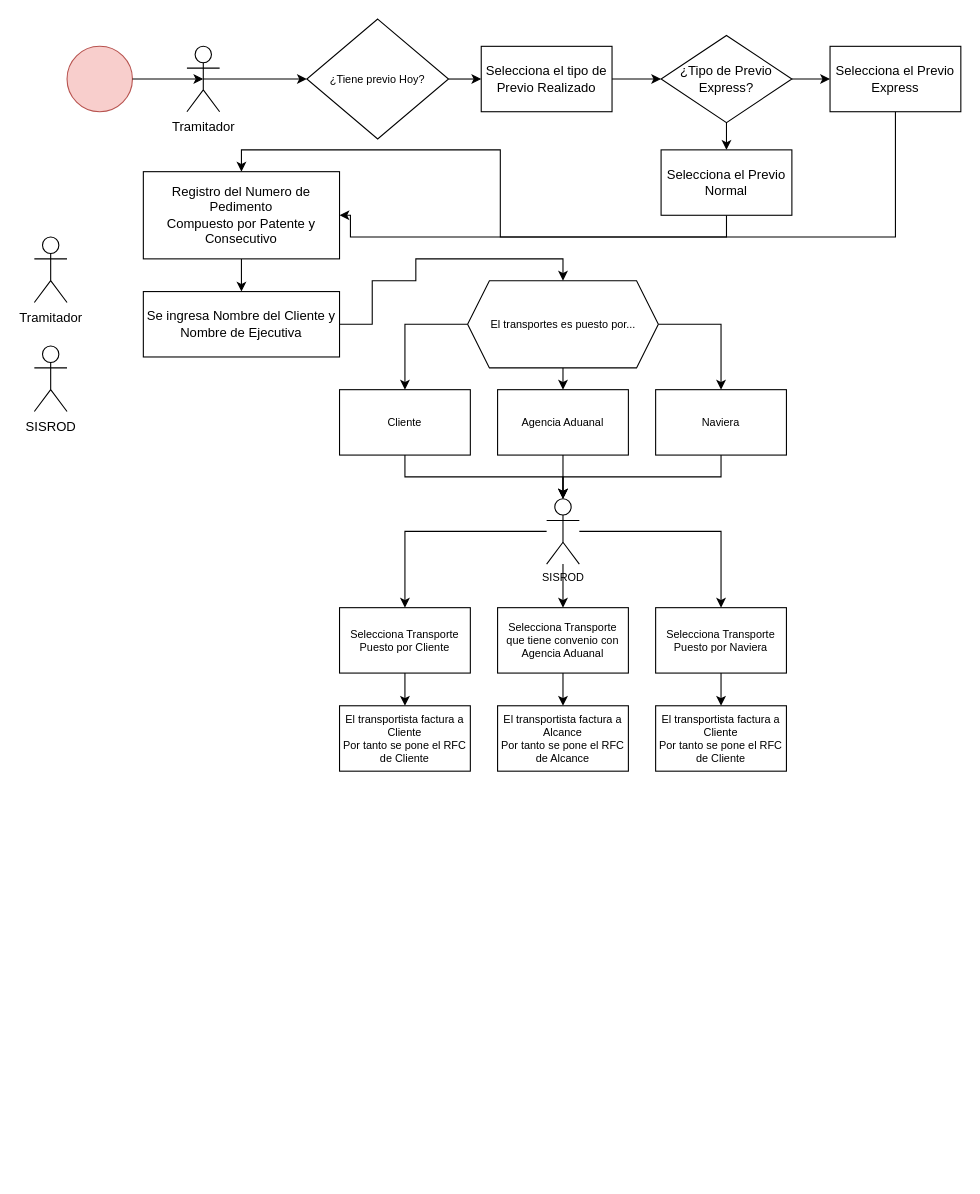
Before: Control de Transportes/Proceso Actual Control de Transportes.drawio in GeersonMena/DiagramasDraw, a draw.io diagram. Source tidied: cells renumbered, new cells numbered last; positions are measured from the earlier drawing's top-left corner, leaving out a move shared by most shapes. Both pictures are drawn from the tidied source at 109%, with x=0, y=0 at pixel (34, 19).
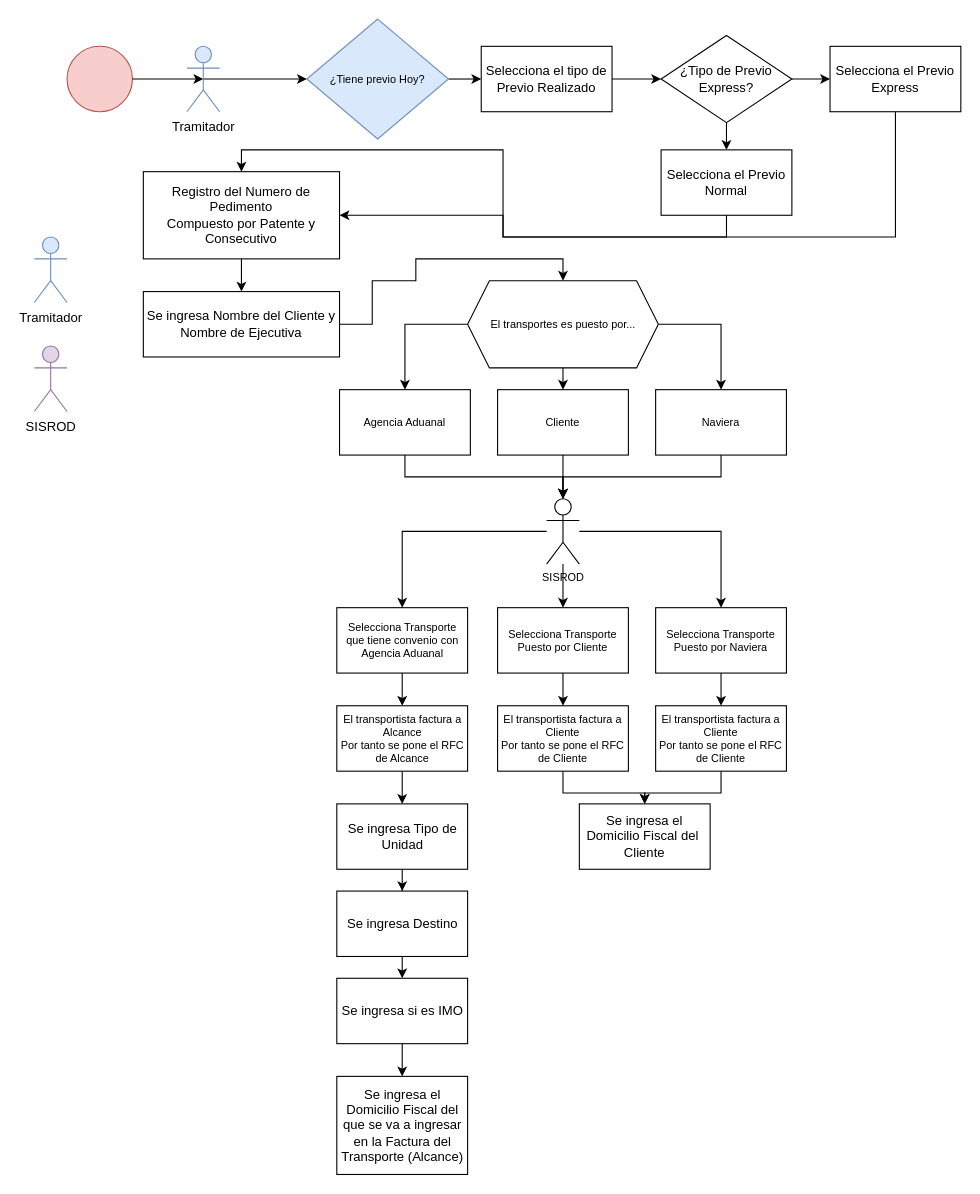
The same page after the edit.

Unchanged cells that the change refers to:
```xml
<mxCell id="23" value="Selecciona el Previo Express" style="rounded=0;whiteSpace=wrap;html=1;" parent="1" vertex="1">
  <mxGeometry x="730" y="25" width="120" height="60" as="geometry" />
</mxCell>
<mxCell id="25" value="Selecciona el Previo Normal" style="rounded=0;whiteSpace=wrap;html=1;" parent="1" vertex="1">
  <mxGeometry x="575" y="120" width="120" height="60" as="geometry" />
</mxCell>
<mxCell id="40" value="El transportista factura a Cliente&lt;br&gt;Por tanto se pone el RFC de Cliente" style="rounded=0;whiteSpace=wrap;html=1;fontSize=10;" parent="1" vertex="1">
  <mxGeometry x="570" y="630" width="120" height="60" as="geometry" />
</mxCell>
<mxCell id="43" value="Registro del Numero de Pedimento&lt;br&gt;Compuesto por Patente y Consecutivo" style="rounded=0;whiteSpace=wrap;html=1;" parent="1" vertex="1">
  <mxGeometry x="100" y="140" width="180" height="80" as="geometry" />
</mxCell>
```

What changed in the source:
```diff
@@
-    <mxCell id="4" value="Tramitador" style="shape=umlActor;verticalLabelPosition=bottom;verticalAlign=top;html=1;outlineConnect=0;" parent="1" vertex="1">
+    <mxCell id="4" value="Tramitador" style="shape=umlActor;verticalLabelPosition=bottom;verticalAlign=top;html=1;outlineConnect=0;fillColor=#dae8fc;strokeColor=#6c8ebf;" parent="1" vertex="1">
       <mxGeometry x="140" y="25" width="30" height="60" as="geometry" />
     </mxCell>
@@
-    <mxCell id="6" value="¿Tiene previo Hoy?" style="rhombus;whiteSpace=wrap;html=1;fontSize=10;" parent="1" vertex="1">
+    <mxCell id="6" value="¿Tiene previo Hoy?" style="rhombus;whiteSpace=wrap;html=1;fontSize=10;fillColor=#dae8fc;strokeColor=#6c8ebf;" parent="1" vertex="1">
       <mxGeometry x="250" width="130" height="110" as="geometry" />
     </mxCell>
@@
-    <mxCell id="13" value="Cliente" style="rounded=0;whiteSpace=wrap;html=1;fontSize=10;" parent="1" vertex="1">
+    <mxCell id="13" value="Agencia Aduanal" style="rounded=0;whiteSpace=wrap;html=1;fontSize=10;" parent="1" vertex="1">
       <mxGeometry x="280" y="340" width="120" height="60" as="geometry" />
     </mxCell>
-    <mxCell id="14" value="Agencia Aduanal" style="rounded=0;whiteSpace=wrap;html=1;fontSize=10;" parent="1" vertex="1">
+    <mxCell id="14" value="Cliente" style="rounded=0;whiteSpace=wrap;html=1;fontSize=10;" parent="1" vertex="1">
       <mxGeometry x="425" y="340" width="120" height="60" as="geometry" />
     </mxCell>
@@
     <mxCell id="22" style="edgeStyle=orthogonalEdgeStyle;rounded=0;jettySize=auto;html=1;exitX=0.5;exitY=1;exitDx=0;exitDy=0;entryX=1;entryY=0.5;entryDx=0;entryDy=0;" parent="1" edge="1" source="23" target="43">
       <mxGeometry relative="1" as="geometry">
         <Array as="points">
           <mxPoint x="790" y="200" />
-          <mxPoint x="290" y="200" />
-          <mxPoint x="290" y="180" />
+          <mxPoint x="430" y="200" />
+          <mxPoint x="430" y="180" />
         </Array>
       </mxGeometry>
     </mxCell>
@@
     <mxCell id="24" style="edgeStyle=orthogonalEdgeStyle;rounded=0;jettySize=auto;html=1;exitX=0.5;exitY=1;exitDx=0;exitDy=0;entryX=0.5;entryY=0;entryDx=0;entryDy=0;" parent="1" edge="1" source="25" target="43">
-      <mxGeometry relative="1" as="geometry" />
+      <mxGeometry relative="1" as="geometry">
+        <Array as="points">
+          <mxPoint x="635" y="200" />
+          <mxPoint x="430" y="200" />
+          <mxPoint x="430" y="120" />
+          <mxPoint x="190" y="120" />
+        </Array>
+      </mxGeometry>
     </mxCell>
@@
     <mxCell id="27" value="Selecciona Transporte Puesto por Cliente" style="rounded=0;whiteSpace=wrap;html=1;fontSize=10;" parent="1" vertex="1">
-      <mxGeometry x="280" y="540" width="120" height="60" as="geometry" />
+      <mxGeometry x="425" y="540" width="120" height="60" as="geometry" />
     </mxCell>
@@
     <mxCell id="29" value="Selecciona Transporte que tiene convenio con Agencia Aduanal" style="rounded=0;whiteSpace=wrap;html=1;fontSize=10;" parent="1" vertex="1">
-      <mxGeometry x="425" y="540" width="120" height="60" as="geometry" />
+      <mxGeometry x="277.5" y="540" width="120" height="60" as="geometry" />
     </mxCell>
@@
-    <mxCell id="32" value="Tramitador" style="shape=umlActor;verticalLabelPosition=bottom;verticalAlign=top;html=1;" parent="1" vertex="1">
+    <mxCell id="32" value="Tramitador" style="shape=umlActor;verticalLabelPosition=bottom;verticalAlign=top;html=1;fillColor=#dae8fc;strokeColor=#6c8ebf;" parent="1" vertex="1">
       <mxGeometry y="200" width="30" height="60" as="geometry" />
     </mxCell>
-    <mxCell id="33" value="SISROD" style="shape=umlActor;verticalLabelPosition=bottom;verticalAlign=top;html=1;" parent="1" vertex="1">
+    <mxCell id="33" value="SISROD" style="shape=umlActor;verticalLabelPosition=bottom;verticalAlign=top;html=1;fillColor=#e1d5e7;strokeColor=#9673a6;" parent="1" vertex="1">
       <mxGeometry y="300" width="30" height="60" as="geometry" />
     </mxCell>
@@
+    <mxCell id="46" style="edgeStyle=orthogonalEdgeStyle;rounded=0;jettySize=auto;html=1;exitX=0.5;exitY=1;exitDx=0;exitDy=0;entryX=0.5;entryY=0;entryDx=0;entryDy=0;" parent="1" edge="1" source="39" target="50">
+      <mxGeometry relative="1" as="geometry" />
+    </mxCell>
     <mxCell id="39" value="El transportista factura a Alcance&lt;br&gt;Por tanto se pone el RFC de Alcance" style="rounded=0;whiteSpace=wrap;html=1;fontSize=10;" parent="1" vertex="1">
-      <mxGeometry x="425" y="630" width="120" height="60" as="geometry" />
+      <mxGeometry x="277.5" y="630" width="120" height="60" as="geometry" />
     </mxCell>
+    <mxCell id="47" style="edgeStyle=orthogonalEdgeStyle;rounded=0;jettySize=auto;html=1;exitX=0.5;exitY=1;exitDx=0;exitDy=0;entryX=0.5;entryY=0;entryDx=0;entryDy=0;" parent="1" edge="1" source="40" target="56">
+      <mxGeometry relative="1" as="geometry" />
+    </mxCell>
@@
+    <mxCell id="48" style="edgeStyle=orthogonalEdgeStyle;rounded=0;jettySize=auto;html=1;exitX=0.5;exitY=1;exitDx=0;exitDy=0;entryX=0.5;entryY=0;entryDx=0;entryDy=0;" parent="1" edge="1" source="41" target="56">
+      <mxGeometry relative="1" as="geometry" />
+    </mxCell>
     <mxCell id="41" value="El transportista factura a Cliente&lt;br&gt;Por tanto se pone el RFC de Cliente" style="rounded=0;whiteSpace=wrap;html=1;fontSize=10;" parent="1" vertex="1">
-      <mxGeometry x="280" y="630" width="120" height="60" as="geometry" />
+      <mxGeometry x="425" y="630" width="120" height="60" as="geometry" />
     </mxCell>
@@
+    <mxCell id="49" style="edgeStyle=orthogonalEdgeStyle;rounded=0;jettySize=auto;html=1;exitX=0.5;exitY=1;exitDx=0;exitDy=0;" parent="1" edge="1" source="50" target="52">
+      <mxGeometry relative="1" as="geometry" />
+    </mxCell>
+    <mxCell id="50" value="Se ingresa Tipo de Unidad" style="rounded=0;whiteSpace=wrap;html=1;" parent="1" vertex="1">
+      <mxGeometry x="277.5" y="720" width="120" height="60" as="geometry" />
+    </mxCell>
+    <mxCell id="51" style="edgeStyle=orthogonalEdgeStyle;rounded=0;jettySize=auto;html=1;exitX=0.5;exitY=1;exitDx=0;exitDy=0;entryX=0.5;entryY=0;entryDx=0;entryDy=0;" parent="1" edge="1" source="52" target="54">
+      <mxGeometry relative="1" as="geometry" />
+    </mxCell>
+    <mxCell id="52" value="Se ingresa Destino" style="rounded=0;whiteSpace=wrap;html=1;" parent="1" vertex="1">
+      <mxGeometry x="277.5" y="800" width="120" height="60" as="geometry" />
+    </mxCell>
+    <mxCell id="53" style="edgeStyle=orthogonalEdgeStyle;rounded=0;jettySize=auto;html=1;exitX=0.5;exitY=1;exitDx=0;exitDy=0;entryX=0.5;entryY=0;entryDx=0;entryDy=0;" parent="1" edge="1" source="54" target="55">
+      <mxGeometry relative="1" as="geometry" />
+    </mxCell>
+    <mxCell id="54" value="Se ingresa si es IMO" style="rounded=0;whiteSpace=wrap;html=1;" parent="1" vertex="1">
+      <mxGeometry x="277.5" y="880" width="120" height="60" as="geometry" />
+    </mxCell>
+    <mxCell id="55" value="Se ingresa el Domicilio Fiscal del que se va a ingresar en la Factura del Transporte (Alcance)" style="rounded=0;whiteSpace=wrap;html=1;" parent="1" vertex="1">
+      <mxGeometry x="277.5" y="970" width="120" height="90" as="geometry" />
+    </mxCell>
+    <mxCell id="56" value="Se ingresa el Domicilio Fiscal del&amp;nbsp; Cliente" style="rounded=0;whiteSpace=wrap;html=1;" parent="1" vertex="1">
+      <mxGeometry x="500" y="720" width="120" height="60" as="geometry" />
+    </mxCell>
```
